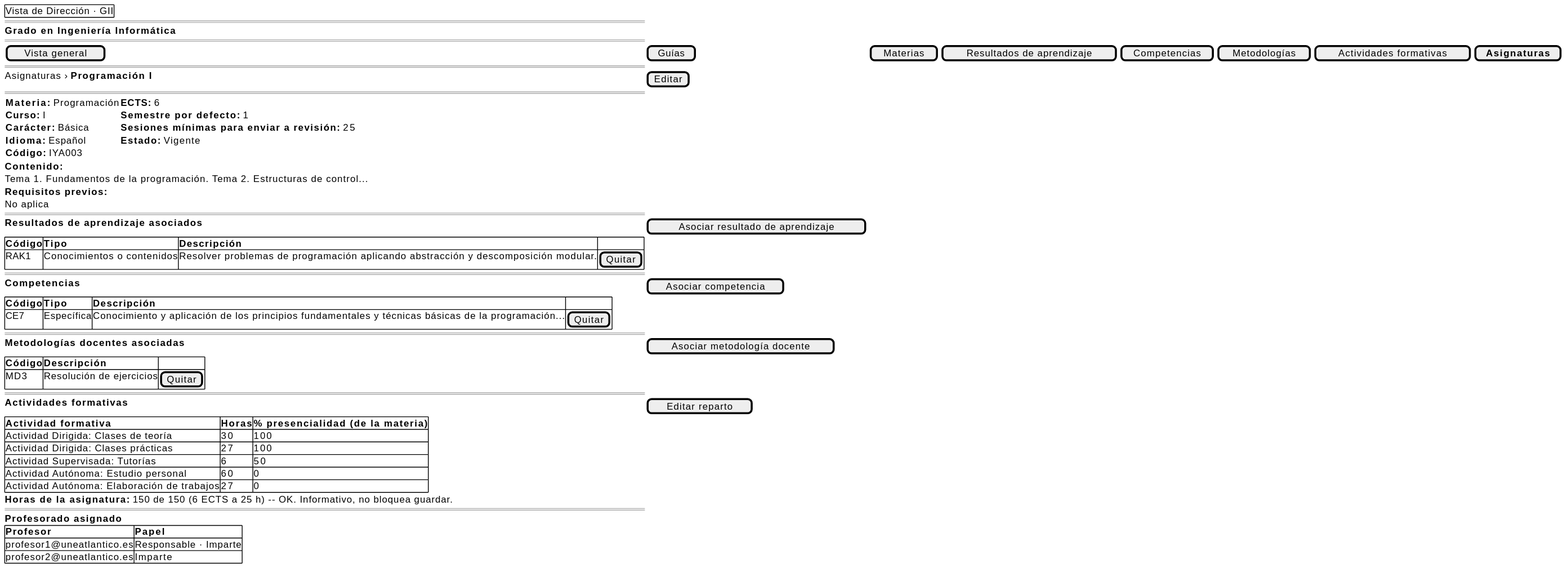
Above: images/RUP/01-requisitos/03-detalle-casos-uso/abrirAsignaturaPrograma/wireframe.svg in mmasias/pyCeldaPublico (PlantUML), before the change.
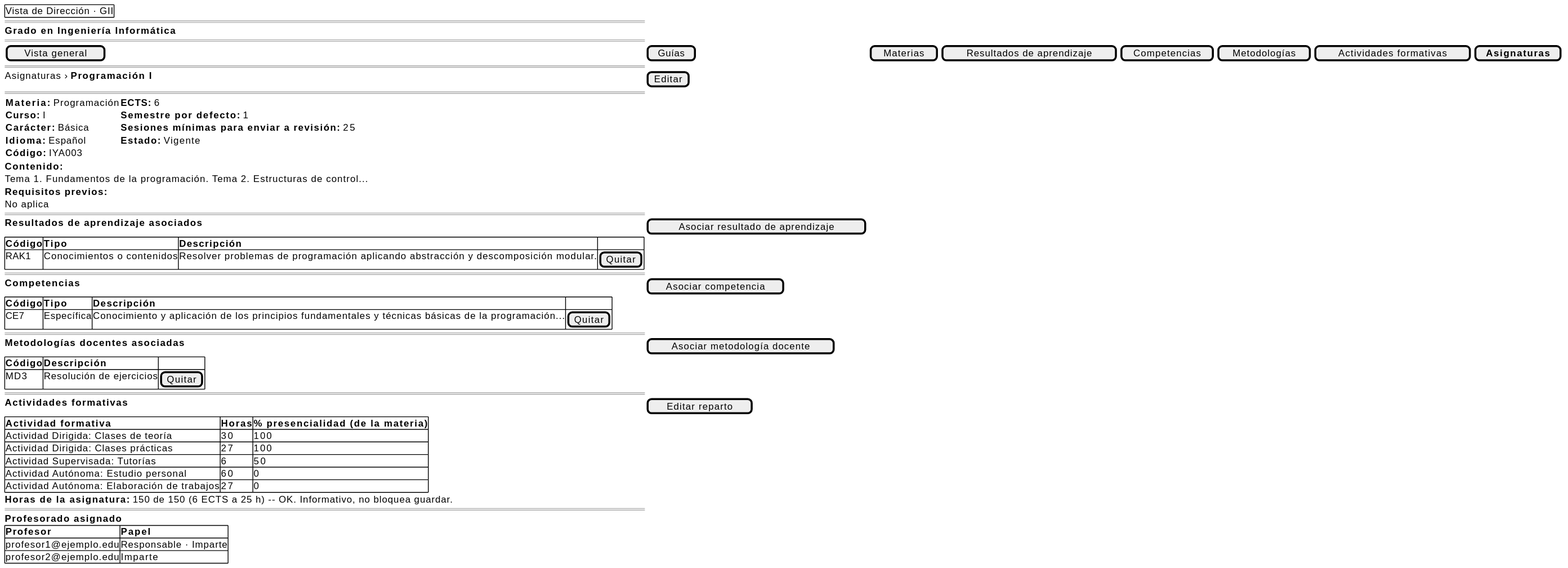
Later version of the same file.

Change to the diagram source:
```diff
@@ -52,8 +52,8 @@
     <b>Profesorado asignado</b>
     {#
         <b>Profesor | <b>Papel
-        profesor1@uneatlantico.es | Responsable · Imparte
-        profesor2@uneatlantico.es | Imparte
+        profesor1@ejemplo.edu | Responsable · Imparte
+        profesor2@ejemplo.edu | Imparte
     }
 }
 @endsalt
```
